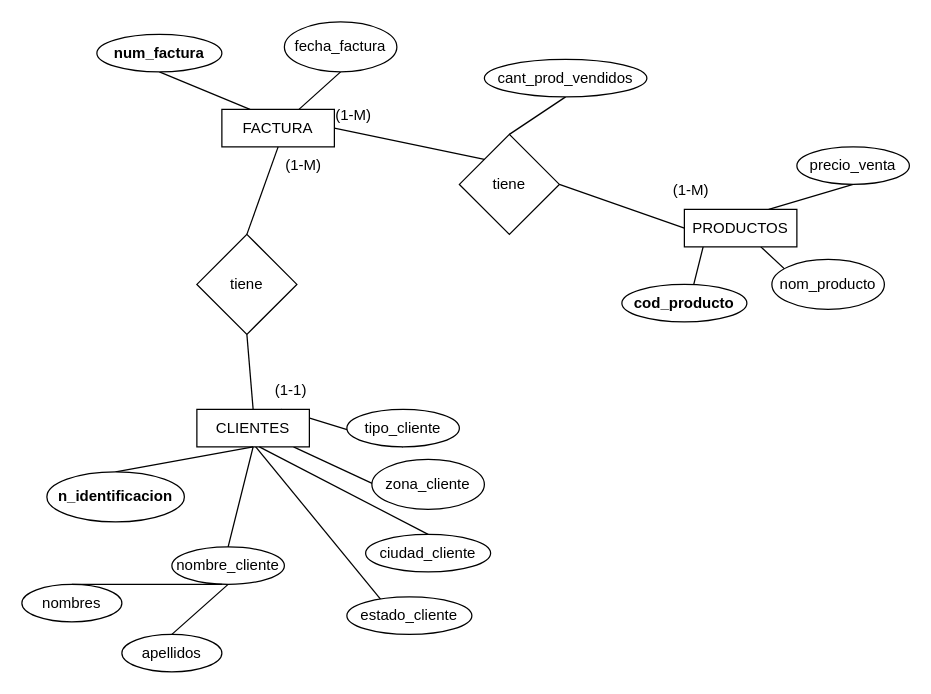
Earlier version of the draw.io diagram page "Diagrama ER" (1 of 2) of Diagrama sin título.drawio (l14sfv/PrimerRepositorio). Source tidied: cells renumbered, new cells numbered last; positions are measured from the earlier drawing's top-left corner, leaving out a move shared by most shapes. Both pictures are drawn from the tidied source at 125%, with x=0, y=0 at pixel (21, 21).
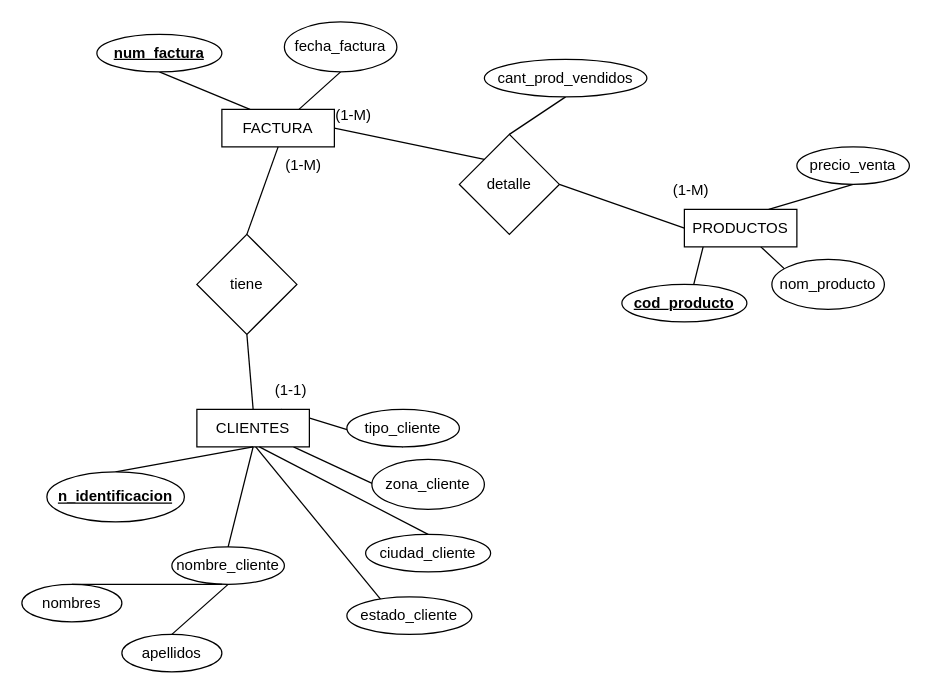
Above is the later version.

What changed in the source:
```diff
@@
-    <mxCell id="6" value="num_factura" style="ellipse;whiteSpace=wrap;html=1;fontStyle=1;" parent="1" vertex="1">
+    <mxCell id="6" value="num_factura" style="ellipse;whiteSpace=wrap;html=1;fontStyle=5;" parent="1" vertex="1">
       <mxGeometry x="60" y="10" width="100" height="30" as="geometry" />
     </mxCell>
@@
-    <mxCell id="12" value="tiene" style="rhombus;whiteSpace=wrap;html=1;" parent="1" vertex="1">
+    <mxCell id="12" value="detalle" style="rhombus;whiteSpace=wrap;html=1;" parent="1" vertex="1">
       <mxGeometry x="350" y="90" width="80" height="80" as="geometry" />
     </mxCell>
@@
-    <mxCell id="18" value="cod_producto" style="ellipse;whiteSpace=wrap;html=1;fontStyle=1;" parent="1" vertex="1">
+    <mxCell id="18" value="cod_producto" style="ellipse;whiteSpace=wrap;html=1;fontStyle=5;" parent="1" vertex="1">
       <mxGeometry x="480" y="210" width="100" height="30" as="geometry" />
     </mxCell>
@@
-    <mxCell id="32" value="n_identificacion" style="ellipse;whiteSpace=wrap;html=1;fontStyle=1;" parent="1" vertex="1">
+    <mxCell id="32" value="n_identificacion" style="ellipse;whiteSpace=wrap;html=1;fontStyle=5;" parent="1" vertex="1">
       <mxGeometry x="20" y="360" width="110" height="40" as="geometry" />
     </mxCell>
```
